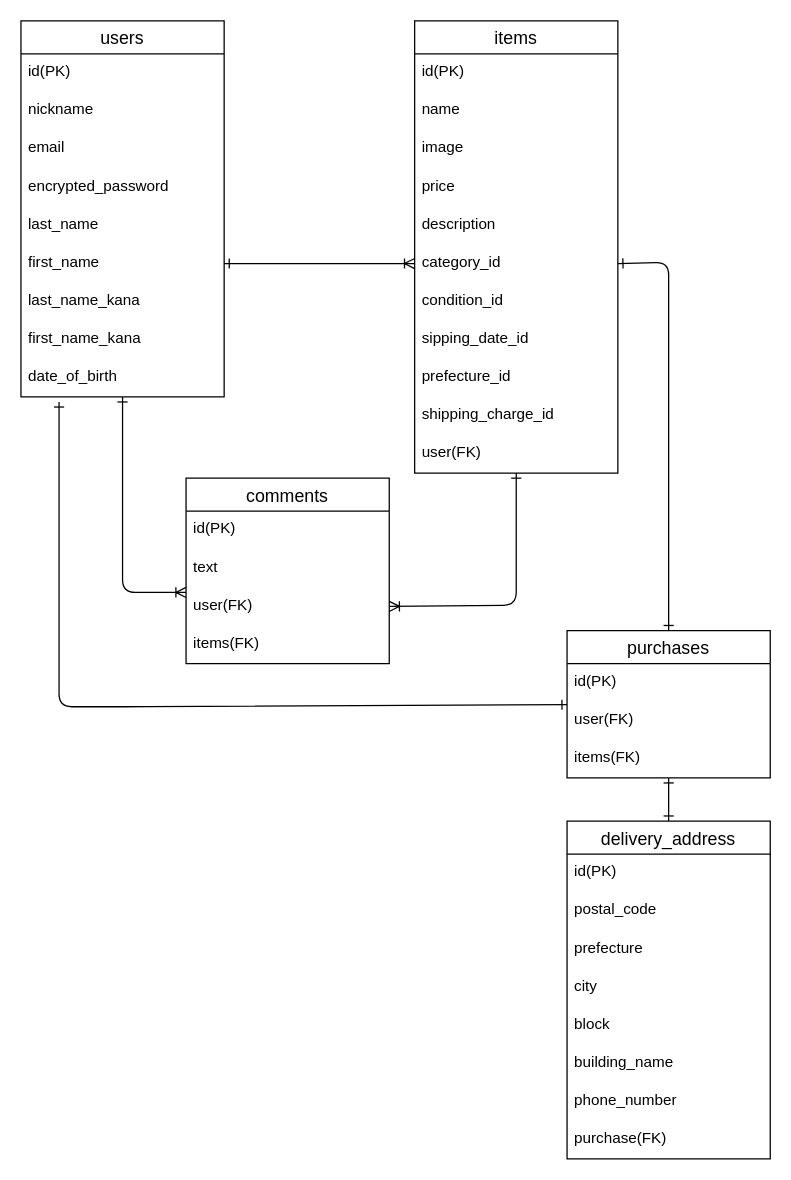
Earlier version of the draw.io diagram ER.dio (kawaguchi0422/furima-39559). Source tidied: cells renumbered, new cells numbered last; positions are measured from the earlier drawing's top-left corner, leaving out a move shared by most shapes. Both pictures are drawn from the tidied source at 127%, with x=0, y=0 at pixel (20, 20).
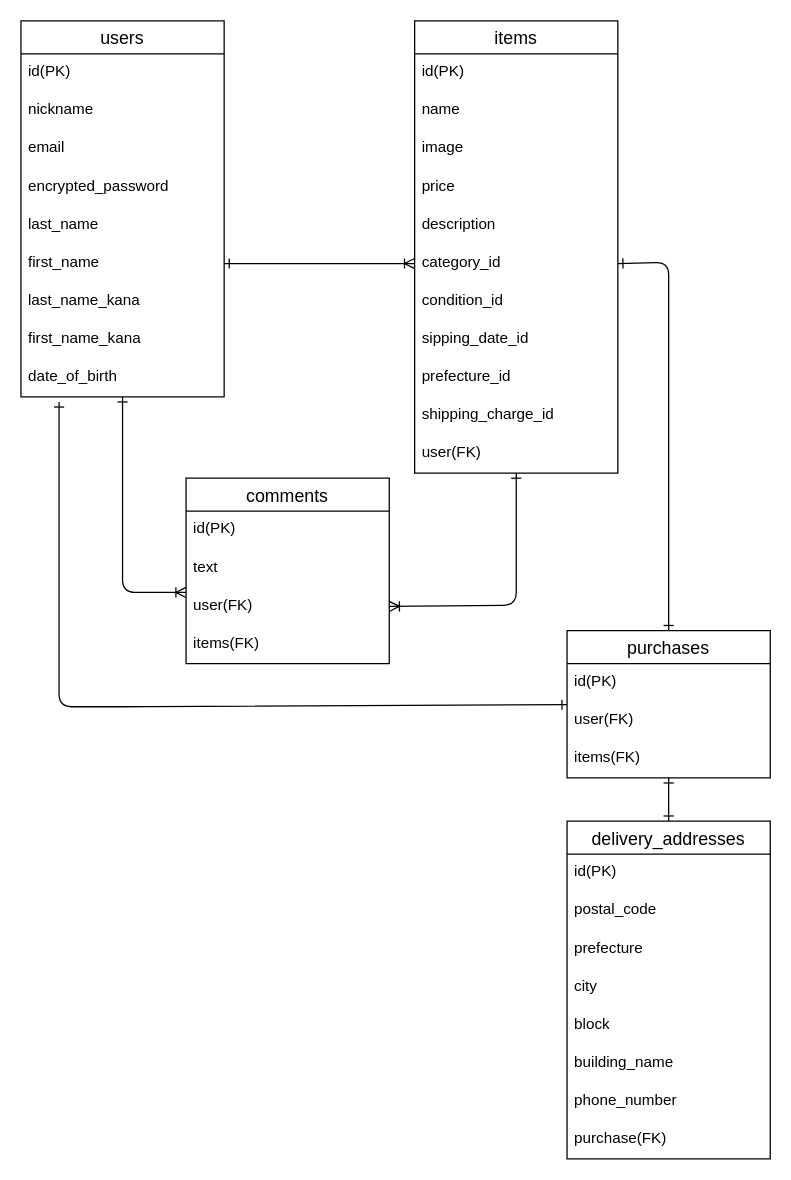
Above is the later version.

Change to the diagram source:
```diff
@@
-    <mxCell id="36" value="delivery_address" style="swimlane;fontStyle=0;horizontal=1;startSize=26;align=center;fontSize=14;labelBorderColor=none;" parent="1" vertex="1">
+    <mxCell id="36" value="delivery_addresses" style="swimlane;fontStyle=0;horizontal=1;startSize=26;align=center;fontSize=14;labelBorderColor=none;" parent="1" vertex="1">
       <mxGeometry x="430" y="630" width="160" height="266" as="geometry" />
     </mxCell>
```
